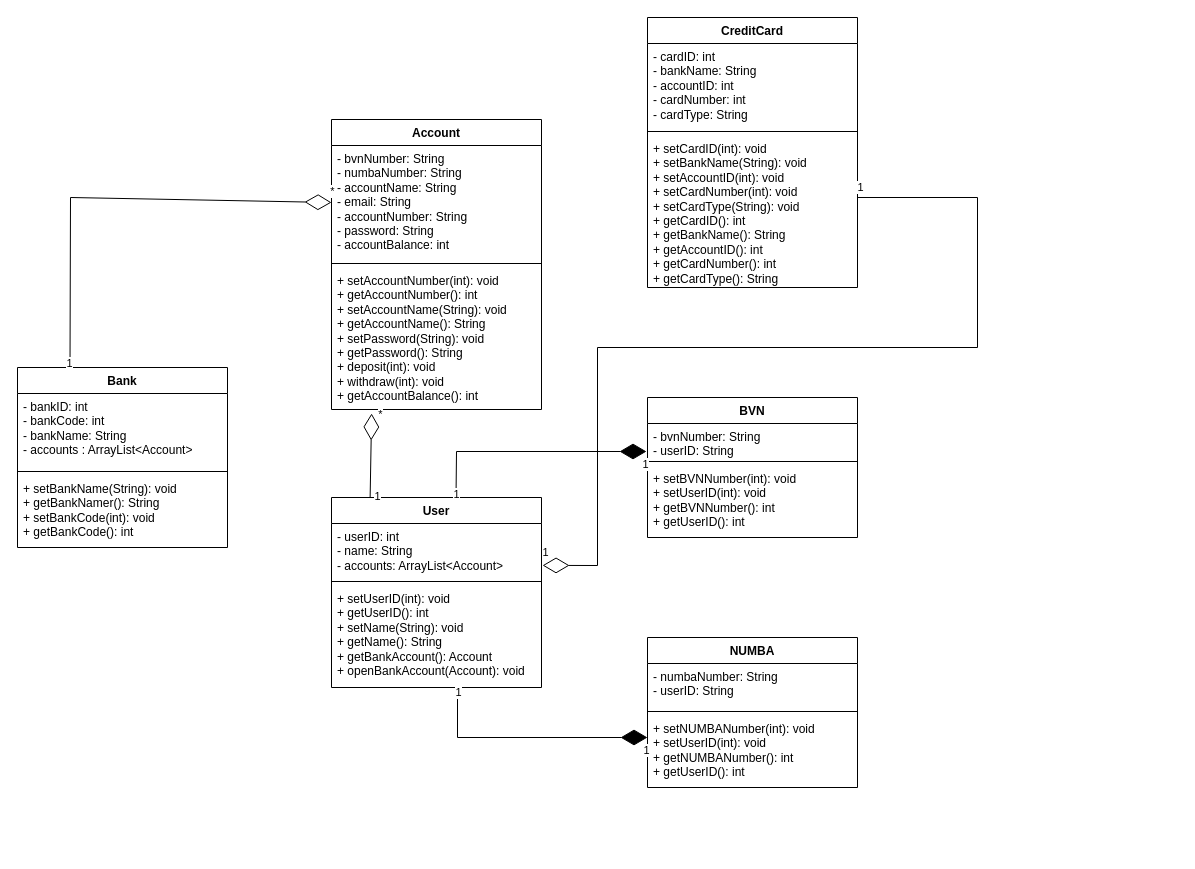
This is Diagrams/Bank System v2.0 Class Diagram.drawio from Adamsonoladipupo/Bank-System-v2.0, a draw.io file, before an edit. Source tidied: cells renumbered, new cells numbered last; positions are measured from the earlier drawing's top-left corner, leaving out a move shared by most shapes. Both pictures are drawn from the tidied source at 100%, with x=0, y=0 at pixel (17, 17).
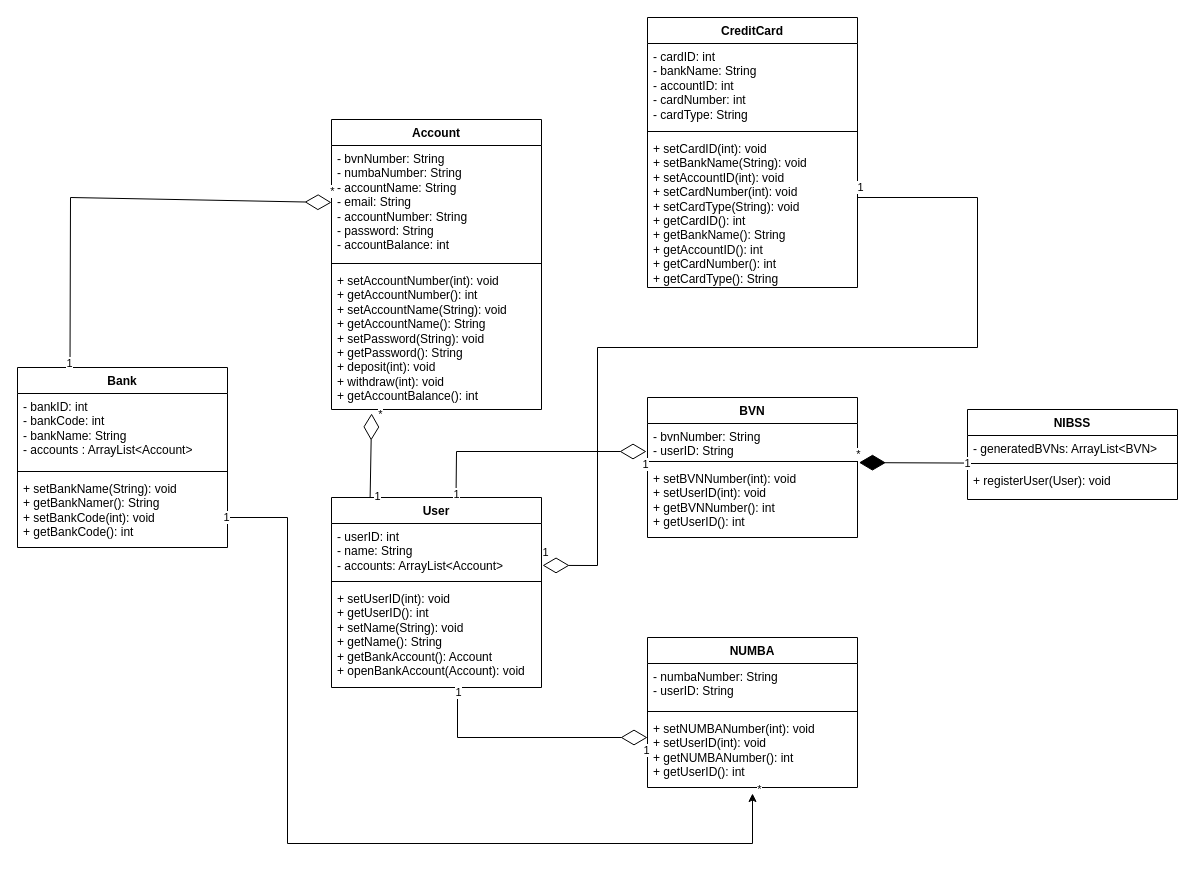
The same diagram, later.

The change refers to these unchanged cells:
```xml
<mxCell id="17" value="+ setBVNNumber(int): void&lt;div&gt;+ setUserID(int): void&lt;/div&gt;&lt;div&gt;+ getBVNNumber(): int&lt;/div&gt;&lt;div&gt;+ getUserID(): int&lt;/div&gt;" style="text;strokeColor=none;fillColor=none;align=left;verticalAlign=top;spacingLeft=4;spacingRight=4;overflow=hidden;points=[[0,0.5],[1,0.5]];portConstraint=eastwest;whiteSpace=wrap;html=1;" parent="14" vertex="1">
  <mxGeometry y="68" width="210" height="72" as="geometry" />
</mxCell>
```

Change to the diagram source:
```diff
@@
-    <mxCell id="26" style="endArrow=diamondThin;endFill=1;endSize=24;html=1;rounded=0;" parent="1" edge="1">
+    <mxCell id="26" style="endArrow=diamondThin;endFill=0;endSize=24;html=1;rounded=0;" parent="1" edge="1">
       <mxGeometry relative="1" as="geometry">
         <mxPoint x="440" y="670" as="sourcePoint" />
         <mxPoint x="630" y="720" as="targetPoint" />
         <Array as="points">
           <mxPoint x="440" y="720" />
         </Array>
       </mxGeometry>
     </mxCell>
@@
-    <mxCell id="29" style="endArrow=diamondThin;endFill=1;endSize=24;html=1;rounded=0;exitX=0.55;exitY=0.01;exitDx=0;exitDy=0;exitPerimeter=0;" parent="1" edge="1">
+    <mxCell id="29" style="endArrow=diamondThin;endFill=0;endSize=24;html=1;rounded=0;exitX=0.55;exitY=0.01;exitDx=0;exitDy=0;exitPerimeter=0;" parent="1" edge="1">
       <mxGeometry relative="1" as="geometry">
         <mxPoint x="438.5" y="480.9" as="sourcePoint" />
         <mxPoint x="629" y="434" as="targetPoint" />
         <Array as="points">
           <mxPoint x="439" y="434" />
         </Array>
       </mxGeometry>
     </mxCell>
@@
+    <mxCell id="41" style="edgeStyle=orthogonalEdgeStyle;rounded=0;orthogonalLoop=1;jettySize=auto;html=1;endArrow=classic;endFill=1;strokeWidth=1;" parent="1" edge="1">
+      <mxGeometry relative="1" as="geometry">
+        <mxPoint x="210" y="500" as="sourcePoint" />
+        <mxPoint x="735" y="776" as="targetPoint" />
+        <Array as="points">
+          <mxPoint x="270" y="500" />
+          <mxPoint x="270" y="826" />
+          <mxPoint x="735" y="826" />
+        </Array>
+      </mxGeometry>
+    </mxCell>
+    <mxCell id="42" value="*" style="edgeLabel;html=1;align=center;verticalAlign=middle;" parent="41" vertex="1">
+      <mxGeometry x="1" relative="1" as="geometry">
+        <mxPoint x="6" y="-5" as="offset" />
+      </mxGeometry>
+    </mxCell>
+    <mxCell id="43" value="1" style="edgeLabel;html=1;align=center;verticalAlign=middle;" parent="41" vertex="1">
+      <mxGeometry x="-1" relative="1" as="geometry">
+        <mxPoint x="-2" y="-1" as="offset" />
+      </mxGeometry>
+    </mxCell>
+    <mxCell id="44" value="NIBSS" style="swimlane;fontStyle=1;align=center;verticalAlign=top;horizontal=1;startSize=26;whiteSpace=wrap;html=1;" parent="1" vertex="1">
+      <mxGeometry x="950" y="392" width="210" height="90" as="geometry" />
+    </mxCell>
+    <mxCell id="45" value="- generatedBVNs: ArrayList&amp;lt;BVN&amp;gt;" style="text;strokeColor=none;fillColor=none;align=left;verticalAlign=top;spacingLeft=4;spacingRight=4;overflow=hidden;whiteSpace=wrap;html=1;" parent="44" vertex="1">
+      <mxGeometry y="26" width="210" height="24" as="geometry" />
+    </mxCell>
+    <mxCell id="46" style="line;strokeWidth=1;fillColor=none;align=left;verticalAlign=middle;spacingTop=-1;spacingLeft=3;spacingRight=3;labelPosition=right;points=[];portConstraint=eastwest;strokeColor=inherit;" parent="44" vertex="1">
+      <mxGeometry y="50" width="210" height="8" as="geometry" />
+    </mxCell>
+    <mxCell id="47" value="+ registerUser(User): void" style="text;strokeColor=none;fillColor=none;align=left;verticalAlign=top;spacingLeft=4;spacingRight=4;overflow=hidden;whiteSpace=wrap;html=1;" parent="44" vertex="1">
+      <mxGeometry y="58" width="210" height="32" as="geometry" />
+    </mxCell>
+    <mxCell id="48" style="endArrow=diamondThin;endFill=1;endSize=24;html=1;rounded=0;entryX=1.007;entryY=-0.04;entryDx=0;entryDy=0;entryPerimeter=0;" parent="1" edge="1" source="46" target="17">
+      <mxGeometry relative="1" as="geometry" />
+    </mxCell>
+    <mxCell id="49" value="*" style="edgeLabel;html=1;align=center;verticalAlign=middle;" parent="48" vertex="1">
+      <mxGeometry x="0.95" relative="1" as="geometry">
+        <mxPoint x="-4" y="-9" as="offset" />
+      </mxGeometry>
+    </mxCell>
+    <mxCell id="50" value="1" style="edgeLabel;html=1;align=center;verticalAlign=middle;" parent="48" vertex="1">
+      <mxGeometry x="-0.95" relative="1" as="geometry">
+        <mxPoint x="2" as="offset" />
+      </mxGeometry>
+    </mxCell>
```
